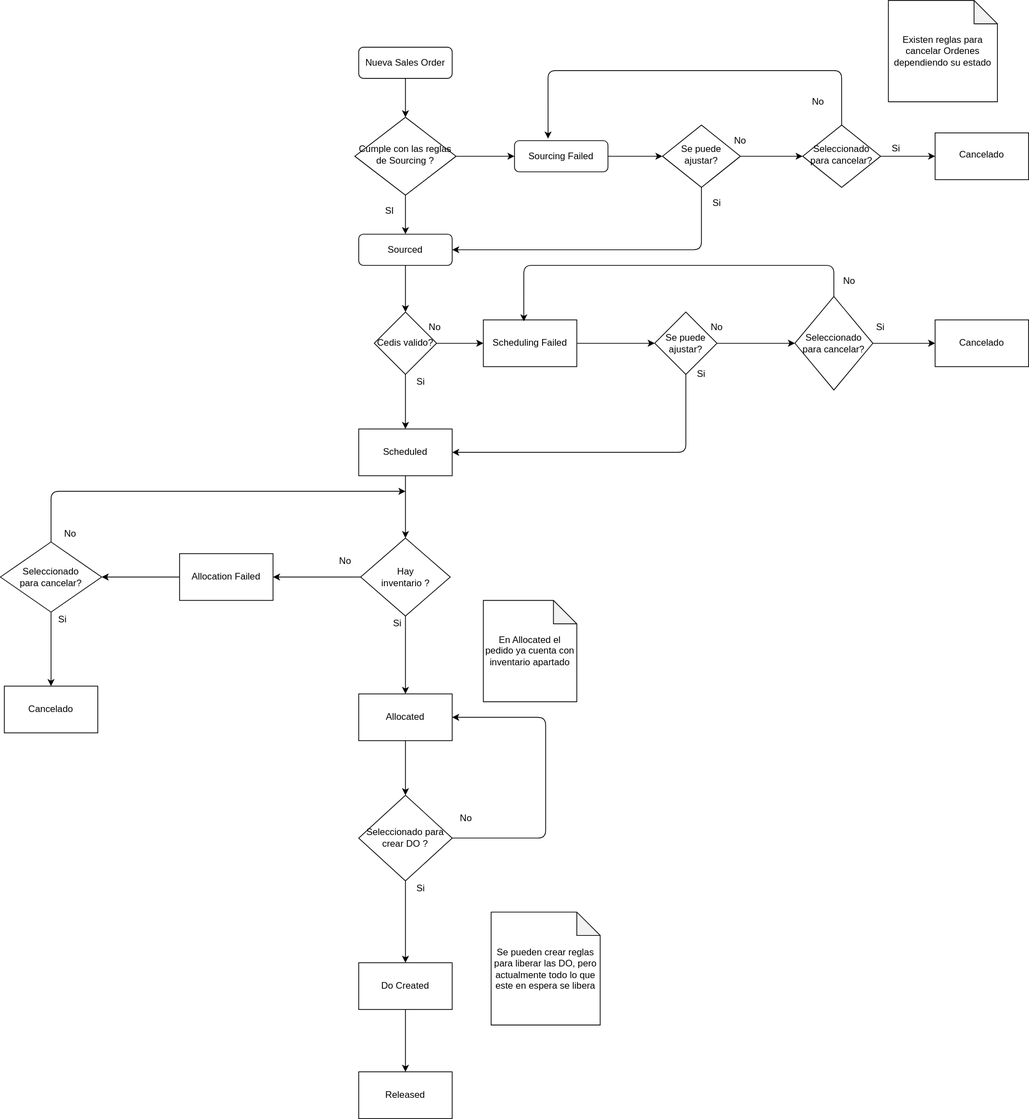
erick12357/pruebaRest keeps this draw.io diagram as Pedidos.svg. Above is the earlier version. Source tidied: cells renumbered, new cells last; positions are measured from the earlier drawing's top-left corner, leaving out a move shared by most shapes.
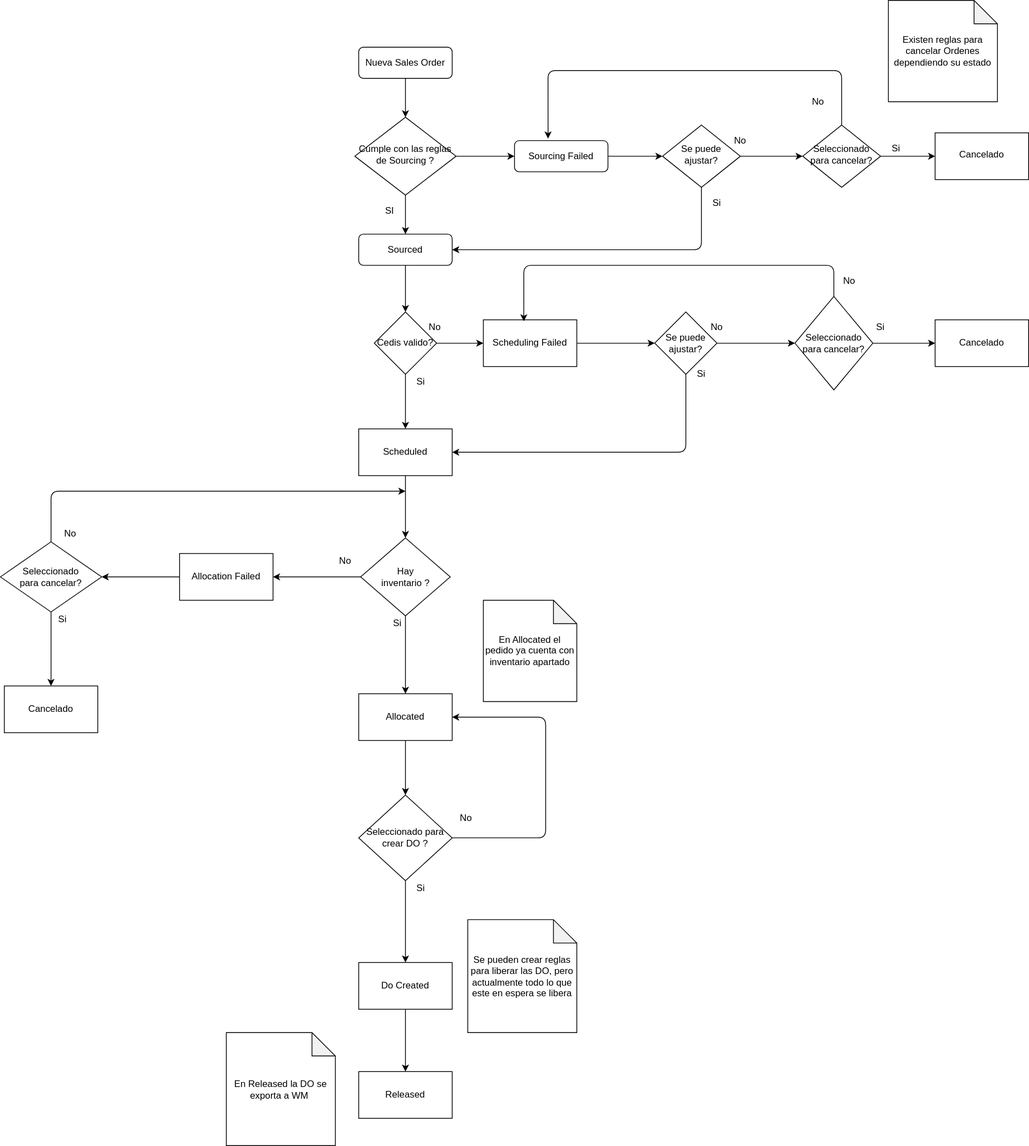
Above is the later version.

Change to the diagram source:
```diff
@@ -232,7 +232,10 @@
       <mxGeometry x="460" y="1375" width="120" height="60" as="geometry" />
     </mxCell>
     <mxCell id="68" value="Se pueden crear reglas para liberar las DO, pero actualmente todo lo que este en espera se libera" style="shape=note;whiteSpace=wrap;html=1;backgroundOutline=1;darkOpacity=0.05;" parent="1" vertex="1">
-      <mxGeometry x="630" y="1170" width="140" height="145" as="geometry" />
+      <mxGeometry x="600" y="1180" width="140" height="145" as="geometry" />
     </mxCell>
+    <mxCell id="69" value="En Released la DO se exporta a WM&amp;nbsp;" style="shape=note;whiteSpace=wrap;html=1;backgroundOutline=1;darkOpacity=0.05;" parent="1" vertex="1">
+      <mxGeometry x="290" y="1325" width="140" height="145" as="geometry" />
+    </mxCell>
   </root>
 </mxGraphModel>
```
